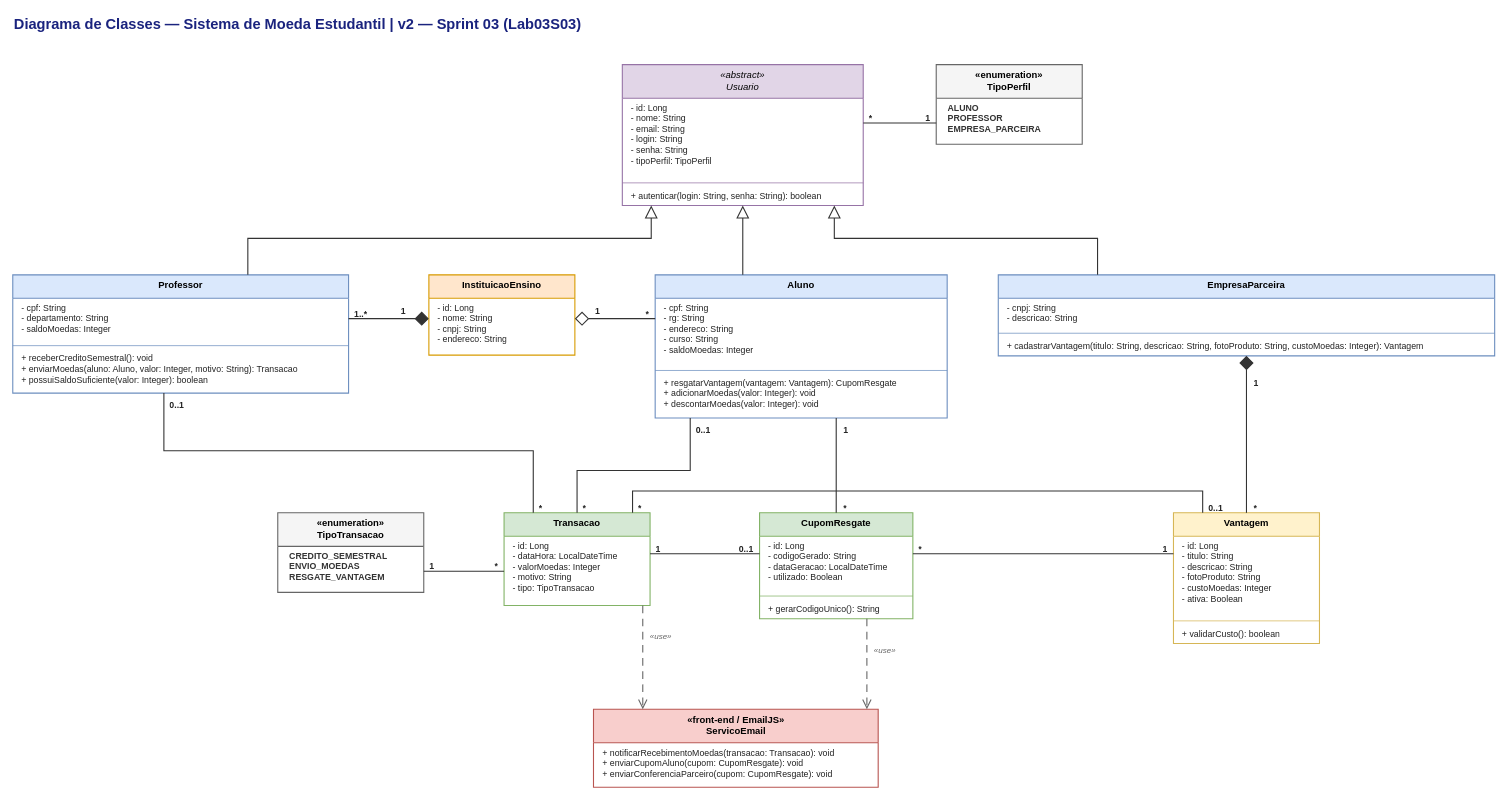
Earlier version of the draw.io diagram diagrama-de-classes.drawio (gabrielsnamaro/sistema-de-moeda-estudantil-lds3). Source tidied: cells renumbered, new cells numbered last; positions are measured from the earlier drawing's top-left corner, leaving out a move shared by most shapes. Both pictures are drawn from the tidied source at 73%, with x=0, y=0 at pixel (12, 12).
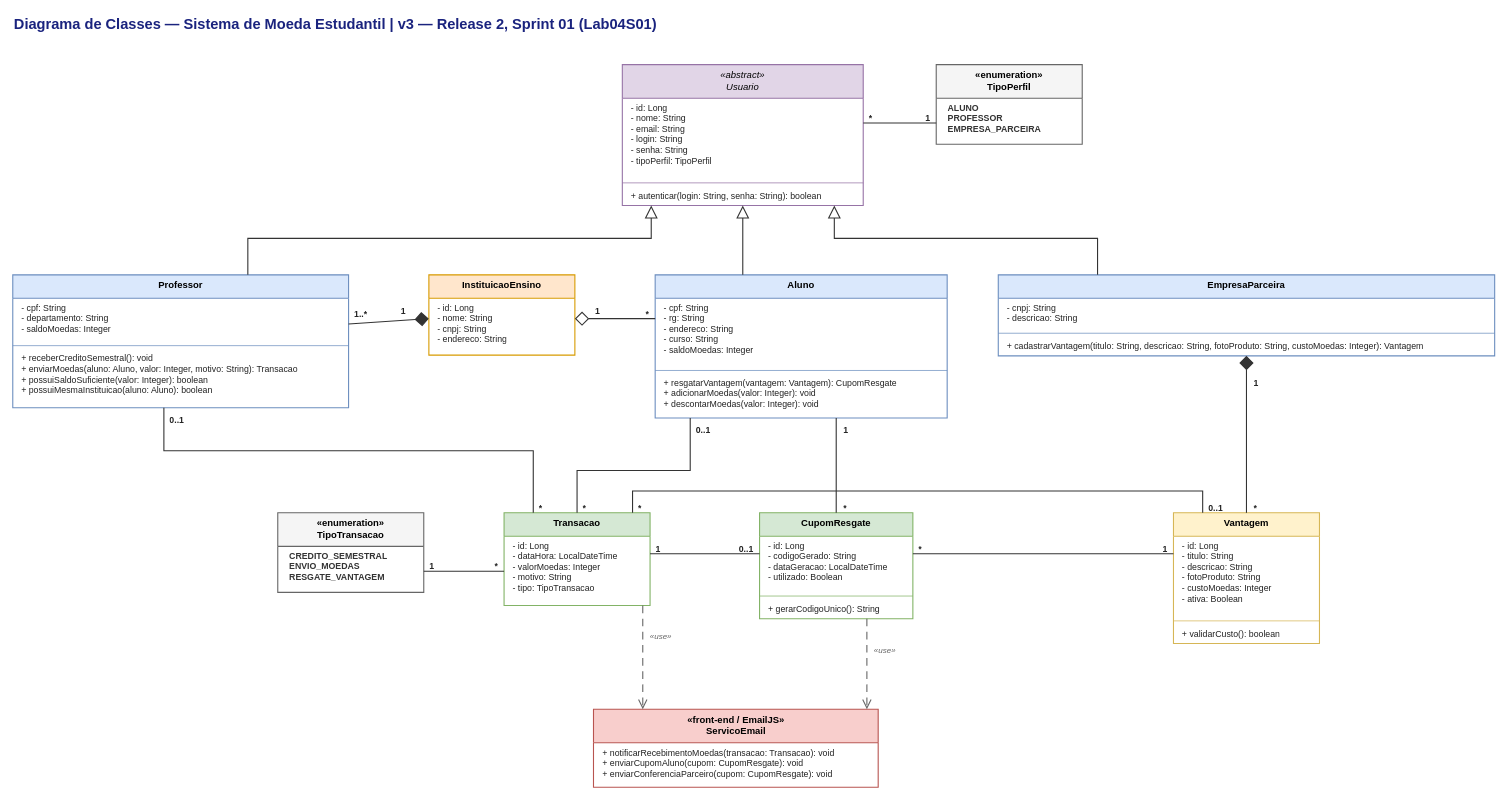
Above is the later version.

Commit message:
docs(modelagem): atualizar o diagrama de classes para a v3 da Release 2

F4 do plano lab04s01: possuiMesmaInstituicao(aluno: Aluno): boolean em
Professor e título v3 (Release 2, Lab04S01). A v2 está em
diagrama-de-classes-v2.drawio.

What changed in the source:
```diff
@@
-    <mxCell id="2" value="Diagrama de Classes — Sistema de Moeda Estudantil | v2 — Sprint 03 (Lab03S03)" style="text;strokeColor=none;fillColor=none;align=left;verticalAlign=middle;spacingLeft=0;spacingRight=0;spacingTop=0;overflow=hidden;whiteSpace=wrap;html=0;fontSize=20;fontStyle=1;fontColor=#1a237e;fontFamily=Helvetica;" parent="1" vertex="1">
+    <mxCell id="2" value="Diagrama de Classes — Sistema de Moeda Estudantil | v3 — Release 2, Sprint 01 (Lab04S01)" style="text;strokeColor=none;fillColor=none;align=left;verticalAlign=middle;spacingLeft=0;spacingRight=0;spacingTop=0;overflow=hidden;whiteSpace=wrap;html=0;fontSize=20;fontStyle=1;fontColor=#1a237e;fontFamily=Helvetica;" parent="1" vertex="1">
       <mxGeometry width="1400" height="30" as="geometry" />
     </mxCell>
@@
     <mxCell id="13" value="Professor" style="swimlane;fontStyle=1;align=center;verticalAlign=top;horizontal=1;startSize=32;whiteSpace=wrap;html=0;fillColor=#dae8fc;strokeColor=#6c8ebf;strokeWidth=1.5;fontSize=13;fontFamily=Helvetica;swimlaneFillColor=#ffffff;" parent="1" vertex="1">
-      <mxGeometry y="359" width="460" height="162" as="geometry" />
+      <mxGeometry y="359" width="460" height="182" as="geometry" />
     </mxCell>
@@
-    <mxCell id="16" value="+ receberCreditoSemestral(): void&#10;+ enviarMoedas(aluno: Aluno, valor: Integer, motivo: String): Transacao&#10;+ possuiSaldoSuficiente(valor: Integer): boolean" style="text;strokeColor=none;fillColor=none;align=left;verticalAlign=top;spacingLeft=10;spacingRight=0;spacingTop=0;overflow=hidden;whiteSpace=wrap;html=0;fontSize=12;fontStyle=0;fontColor=#222222;fontFamily=Helvetica;" parent="13" vertex="1">
-      <mxGeometry y="101" width="460" height="61" as="geometry" />
+    <mxCell id="16" value="+ receberCreditoSemestral(): void&#10;+ enviarMoedas(aluno: Aluno, valor: Integer, motivo: String): Transacao&#10;+ possuiSaldoSuficiente(valor: Integer): boolean&#10;+ possuiMesmaInstituicao(aluno: Aluno): boolean" style="text;strokeColor=none;fillColor=none;align=left;verticalAlign=top;spacingLeft=10;spacingRight=0;spacingTop=0;overflow=hidden;whiteSpace=wrap;html=0;fontSize=12;fontStyle=0;fontColor=#222222;fontFamily=Helvetica;" parent="13" vertex="1">
+      <mxGeometry y="101" width="460" height="81" as="geometry" />
     </mxCell>
@@
     <mxCell id="53" value="0..1" style="text;strokeColor=none;fillColor=none;align=left;verticalAlign=top;spacingLeft=0;spacingRight=0;spacingTop=0;overflow=hidden;whiteSpace=wrap;html=0;fontSize=12;fontStyle=1;fontColor=#222222;fontFamily=Helvetica;" parent="1" vertex="1">
-      <mxGeometry x="213" y="524" width="40" height="16" as="geometry" />
+      <mxGeometry x="213" y="544" width="40" height="16" as="geometry" />
     </mxCell>
```
